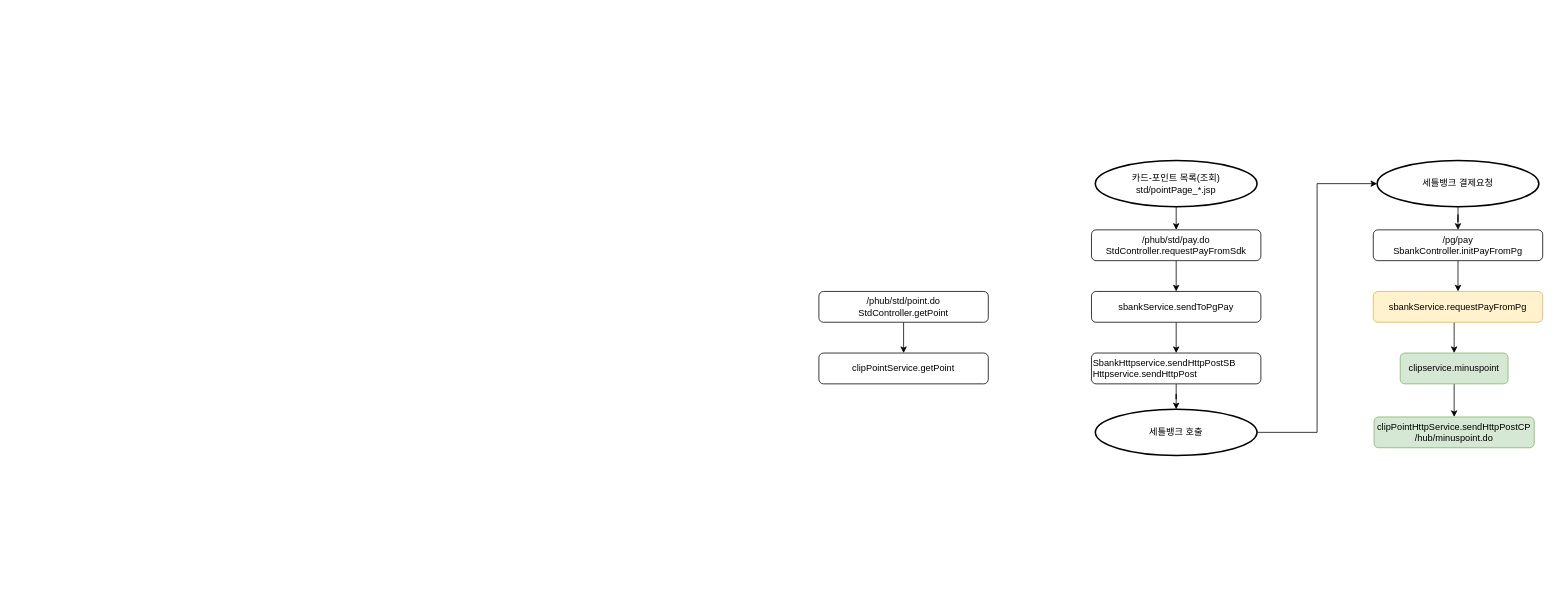
Earlier version of the draw.io diagram pointHub_PA.drawio (latemorning/sichuan). Source tidied: cells renumbered, new cells numbered last; positions are measured from the earlier drawing's top-left corner, leaving out a move shared by most shapes. Both pictures are drawn from the tidied source at 77%, with x=0, y=0 at pixel (819, 160).
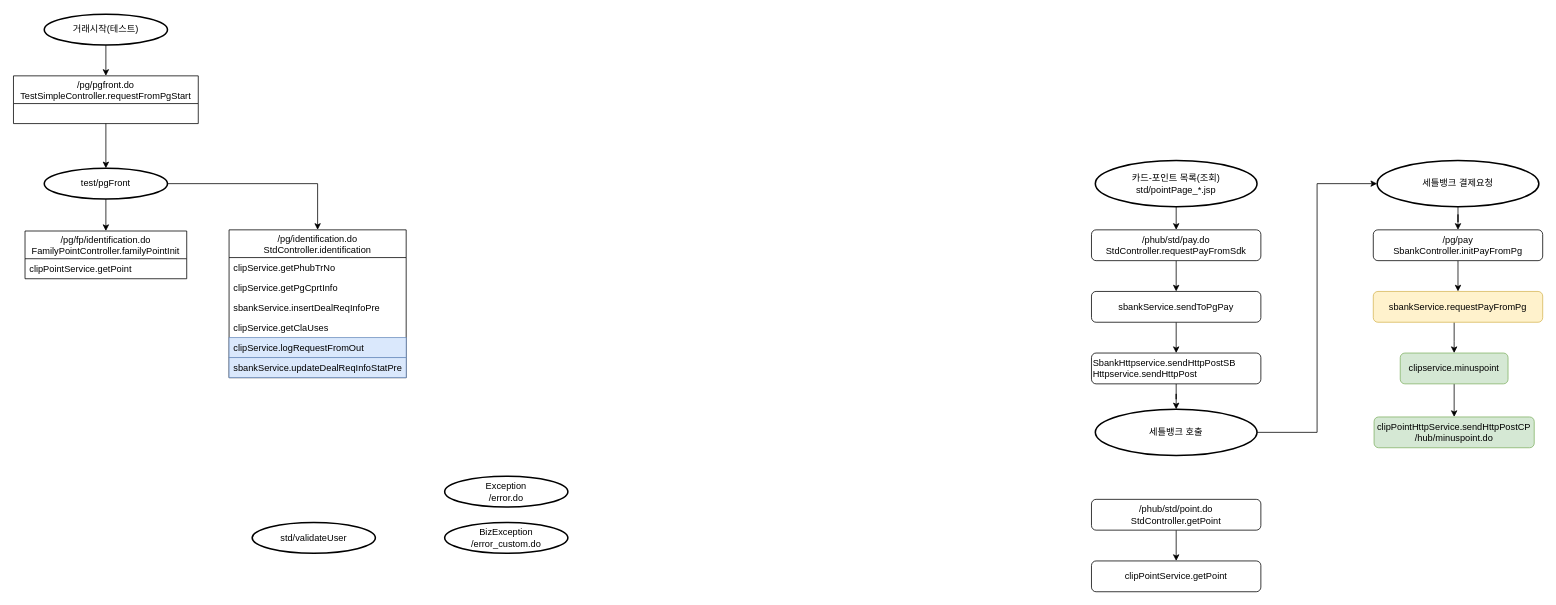
Above is the later version.

What changed in the source:
```diff
@@
     <mxCell id="22" value="/phub/std/point.do&lt;br&gt;StdController.getPoint" style="rounded=1;whiteSpace=wrap;html=1;fontSize=12;" parent="1" vertex="1">
-      <mxGeometry y="170" width="220" height="40" as="geometry" />
+      <mxGeometry x="354" y="440" width="220" height="40" as="geometry" />
     </mxCell>
     <mxCell id="23" value="clipPointService.getPoint" style="rounded=1;whiteSpace=wrap;html=1;fontSize=12;" parent="1" vertex="1">
-      <mxGeometry y="250" width="220" height="40" as="geometry" />
+      <mxGeometry x="354" y="520" width="220" height="40" as="geometry" />
     </mxCell>
+    <mxCell id="24" style="edgeStyle=orthogonalEdgeStyle;rounded=0;jettySize=auto;html=1;entryX=0.5;entryY=0;entryDx=0;entryDy=0;entryPerimeter=0;" parent="1" edge="1" source="25" target="30">
+      <mxGeometry relative="1" as="geometry" />
+    </mxCell>
+    <mxCell id="25" value="/pg/pgfront.do&#10;TestSimpleController.requestFromPgStart" style="swimlane;fontStyle=0;horizontal=1;startSize=36;fillColor=none;" parent="1" vertex="1">
+      <mxGeometry x="-1046" y="-110" width="240" height="62" as="geometry" />
+    </mxCell>
+    <mxCell id="26" style="edgeStyle=orthogonalEdgeStyle;rounded=0;jettySize=auto;html=1;entryX=0.5;entryY=0;entryDx=0;entryDy=0;" parent="1" edge="1" source="27" target="25">
+      <mxGeometry relative="1" as="geometry" />
+    </mxCell>
+    <mxCell id="27" value="&lt;span style=&quot;white-space: normal&quot;&gt;거래시작(테스트)&lt;br&gt;&lt;/span&gt;" style="strokeWidth=2;html=1;shape=mxgraph.flowchart.start_1;whiteSpace=wrap;fontSize=12;align=center;" parent="1" vertex="1">
+      <mxGeometry x="-1006" y="-190" width="160" height="40" as="geometry" />
+    </mxCell>
+    <mxCell id="28" style="edgeStyle=orthogonalEdgeStyle;rounded=0;jettySize=auto;html=1;entryX=0.5;entryY=0;entryDx=0;entryDy=0;" parent="1" edge="1" source="30" target="31">
+      <mxGeometry relative="1" as="geometry" />
+    </mxCell>
+    <mxCell id="29" style="edgeStyle=orthogonalEdgeStyle;rounded=0;jettySize=auto;html=1;entryX=0.5;entryY=0;entryDx=0;entryDy=0;" parent="1" edge="1" source="30" target="33">
+      <mxGeometry relative="1" as="geometry" />
+    </mxCell>
+    <mxCell id="30" value="test/pgFront" style="strokeWidth=2;html=1;shape=mxgraph.flowchart.start_1;whiteSpace=wrap;fontSize=12;align=center;" parent="1" vertex="1">
+      <mxGeometry x="-1006" y="10" width="160" height="40" as="geometry" />
+    </mxCell>
+    <mxCell id="31" value="/pg/fp/identification.do&#10;FamilyPointController.familyPointInit" style="swimlane;fontStyle=0;horizontal=1;startSize=36;fillColor=none;" parent="1" vertex="1">
+      <mxGeometry x="-1031" y="91.5" width="210" height="62" as="geometry" />
+    </mxCell>
+    <mxCell id="32" value="clipPointService.getPoint" style="text;strokeColor=none;fillColor=none;align=left;verticalAlign=top;spacingLeft=4;spacingRight=4;overflow=hidden;" parent="31" vertex="1">
+      <mxGeometry y="36" width="210" height="26" as="geometry" />
+    </mxCell>
+    <mxCell id="33" value="/pg/identification.do&#10;StdController.identification" style="swimlane;fontStyle=0;horizontal=1;startSize=36;fillColor=none;" parent="1" vertex="1">
+      <mxGeometry x="-766" y="90" width="230" height="192" as="geometry" />
+    </mxCell>
+    <mxCell id="34" value="clipService.getPhubTrNo" style="text;strokeColor=none;fillColor=none;align=left;verticalAlign=top;spacingLeft=4;spacingRight=4;overflow=hidden;" parent="33" vertex="1">
+      <mxGeometry y="36" width="230" height="26" as="geometry" />
+    </mxCell>
+    <mxCell id="35" value="clipService.getPgCprtInfo" style="text;strokeColor=none;fillColor=none;align=left;verticalAlign=top;spacingLeft=4;spacingRight=4;overflow=hidden;" parent="33" vertex="1">
+      <mxGeometry y="62" width="230" height="26" as="geometry" />
+    </mxCell>
+    <mxCell id="36" value="sbankService.insertDealReqInfoPre" style="text;strokeColor=none;fillColor=none;align=left;verticalAlign=top;spacingLeft=4;spacingRight=4;overflow=hidden;" parent="33" vertex="1">
+      <mxGeometry y="88" width="230" height="26" as="geometry" />
+    </mxCell>
+    <mxCell id="37" value="clipService.getClaUses" style="text;strokeColor=none;fillColor=none;align=left;verticalAlign=top;spacingLeft=4;spacingRight=4;overflow=hidden;" parent="33" vertex="1">
+      <mxGeometry y="114" width="230" height="26" as="geometry" />
+    </mxCell>
+    <mxCell id="38" value="clipService.logRequestFromOut" style="text;strokeColor=#6c8ebf;fillColor=#dae8fc;align=left;verticalAlign=top;spacingLeft=4;spacingRight=4;overflow=hidden;" parent="33" vertex="1">
+      <mxGeometry y="140" width="230" height="26" as="geometry" />
+    </mxCell>
+    <mxCell id="39" value="sbankService.updateDealReqInfoStatPre" style="text;strokeColor=#6c8ebf;fillColor=#dae8fc;align=left;verticalAlign=top;spacingLeft=4;spacingRight=4;overflow=hidden;" parent="33" vertex="1">
+      <mxGeometry y="166" width="230" height="26" as="geometry" />
+    </mxCell>
+    <mxCell id="40" value="std/validateUser" style="strokeWidth=2;html=1;shape=mxgraph.flowchart.start_1;whiteSpace=wrap;fontSize=12;align=center;" parent="1" vertex="1">
+      <mxGeometry x="-736" y="470" width="160" height="40" as="geometry" />
+    </mxCell>
+    <mxCell id="41" value="BizException&lt;br&gt;/error_custom.do" style="strokeWidth=2;html=1;shape=mxgraph.flowchart.start_1;whiteSpace=wrap;fontSize=12;align=center;" parent="1" vertex="1">
+      <mxGeometry x="-486" y="470" width="160" height="40" as="geometry" />
+    </mxCell>
+    <mxCell id="42" value="Exception&lt;br&gt;/error.do" style="strokeWidth=2;html=1;shape=mxgraph.flowchart.start_1;whiteSpace=wrap;fontSize=12;align=center;" parent="1" vertex="1">
+      <mxGeometry x="-486" y="410" width="160" height="40" as="geometry" />
+    </mxCell>
```
